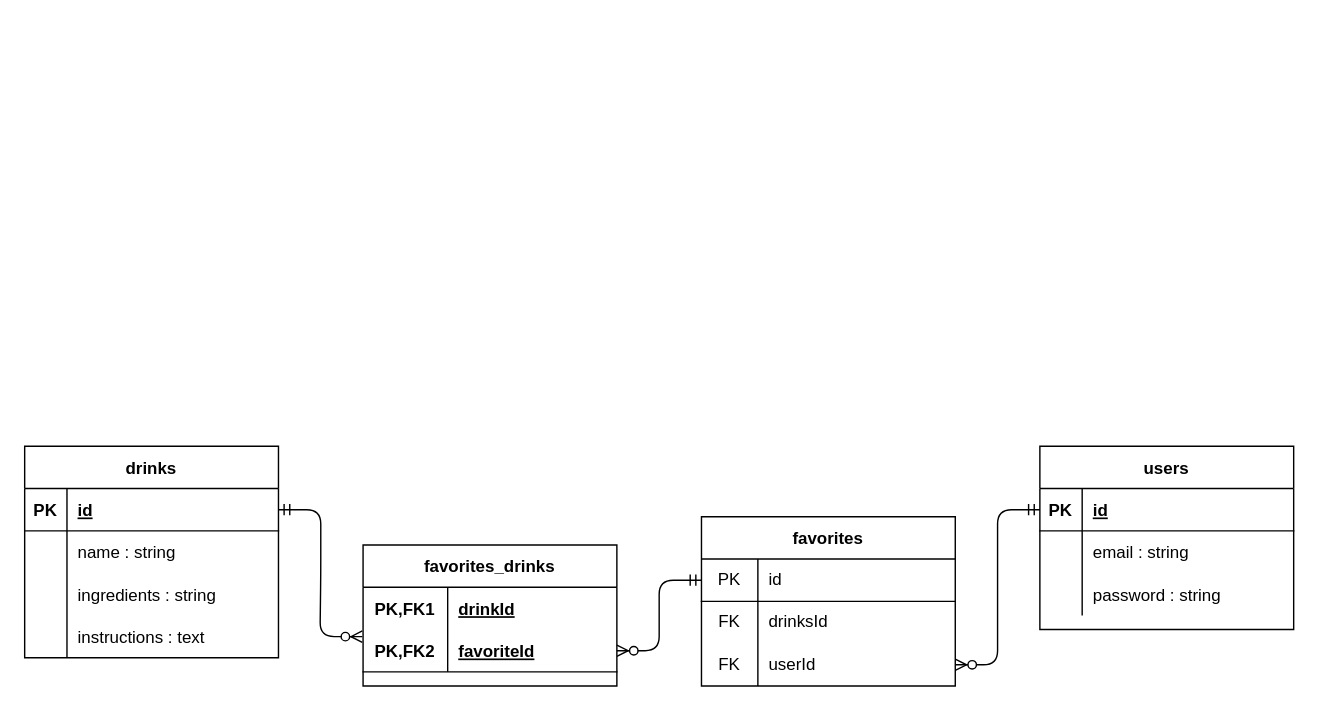
Above: proj2.drawio in aridpen/project-2 (draw.io), before the change. Source tidied: cells renumbered, new cells numbered last; positions are measured from the earlier drawing's top-left corner, leaving out a move shared by most shapes. Both pictures are drawn from the tidied source at 141%, with x=0, y=0 at pixel (24, 446).
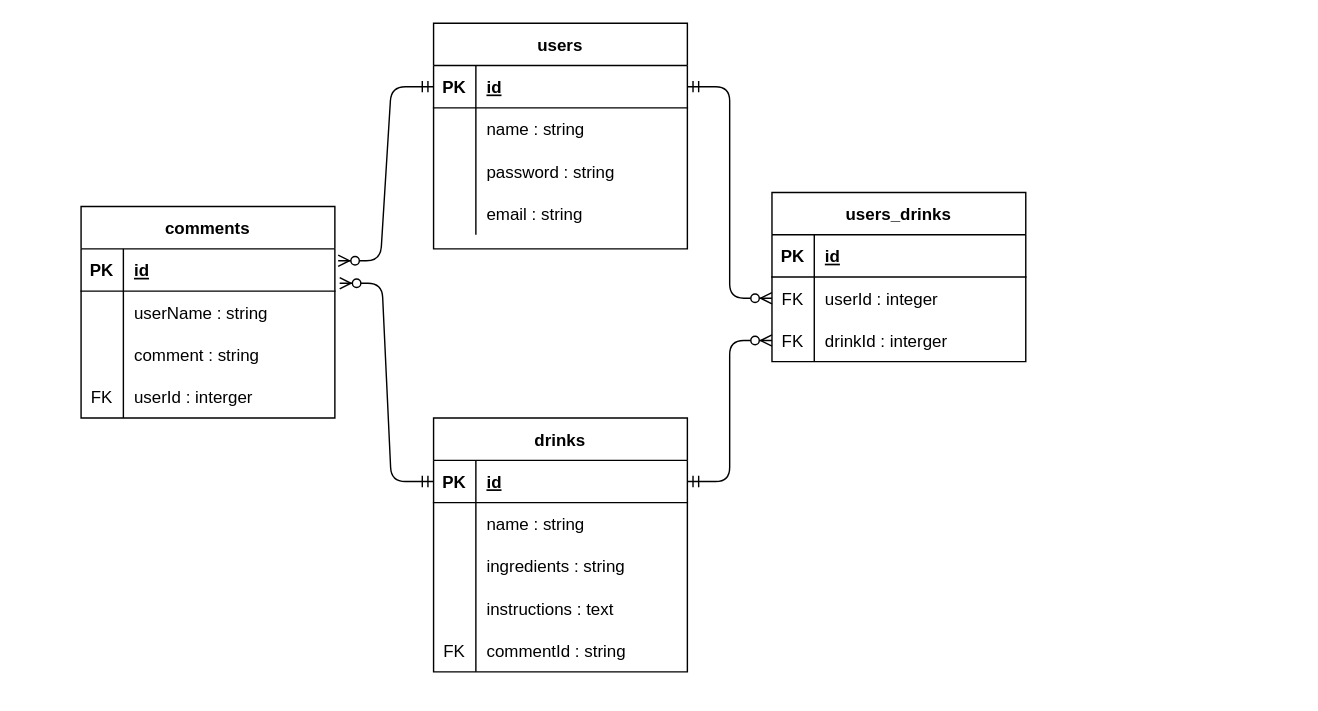
The same diagram, later.

Unchanged cells that the change refers to:
```xml
<mxCell id="13" style="shape=partialRectangle;fillColor=none;top=0;left=0;bottom=1;right=0;points=[[0,0.5],[1,0.5]];portConstraint=eastwest;" parent="12" vertex="1">
  <mxGeometry y="30" width="180" height="30" as="geometry" />
</mxCell>
<mxCell id="26" style="shape=partialRectangle;fillColor=none;top=0;left=0;bottom=1;right=0;points=[[0,0.5],[1,0.5]];portConstraint=eastwest;" parent="25" vertex="1">
  <mxGeometry y="30" width="180" height="30" as="geometry" />
</mxCell>
<mxCell id="29" style="shape=partialRectangle;fillColor=none;top=0;left=0;bottom=0;right=0;" parent="25" vertex="1">
  <mxGeometry y="60" width="180" height="30" as="geometry" />
</mxCell>
```

The edit, as a diff of the source:
```diff
@@
-    <mxCell id="2" value="favorites" style="shape=table;startSize=30;childLayout=tableLayout;rowLines=0;fontStyle=1;align=center;" parent="1" vertex="1">
-      <mxGeometry x="480" y="50" width="180" height="120" as="geometry" />
-    </mxCell>
-    <mxCell id="3" style="shape=partialRectangle;html=1;whiteSpace=wrap;fillColor=none;top=0;left=0;bottom=1;right=0;points=[[0,0.5],[1,0.5]];portConstraint=eastwest;" parent="2" vertex="1">
-      <mxGeometry y="30" width="180" height="30" as="geometry" />
-    </mxCell>
-    <mxCell id="4" value="PK" style="shape=partialRectangle;html=1;whiteSpace=wrap;fillColor=none;top=0;left=0;bottom=0;right=0;overflow=hidden;" parent="3" vertex="1">
-      <mxGeometry width="40" height="30" as="geometry" />
-    </mxCell>
-    <mxCell id="5" value="id" style="shape=partialRectangle;html=1;whiteSpace=wrap;fillColor=none;top=0;left=0;bottom=0;right=0;align=left;spacingLeft=6;overflow=hidden;" parent="3" vertex="1">
-      <mxGeometry x="40" width="140" height="30" as="geometry" />
-    </mxCell>
-    <mxCell id="6" style="shape=partialRectangle;html=1;whiteSpace=wrap;fillColor=none;top=0;left=0;bottom=0;right=0;" parent="2" vertex="1">
-      <mxGeometry y="60" width="180" height="30" as="geometry" />
-    </mxCell>
-    <mxCell id="7" value="FK" style="shape=partialRectangle;html=1;whiteSpace=wrap;fillColor=none;top=0;left=0;bottom=0;right=0;overflow=hidden;" parent="6" vertex="1">
-      <mxGeometry width="40" height="30" as="geometry" />
-    </mxCell>
-    <mxCell id="8" value="drinksId&amp;nbsp;" style="shape=partialRectangle;html=1;whiteSpace=wrap;fillColor=none;top=0;left=0;bottom=0;right=0;align=left;spacingLeft=6;overflow=hidden;" parent="6" vertex="1">
-      <mxGeometry x="40" width="140" height="30" as="geometry" />
-    </mxCell>
-    <mxCell id="9" style="shape=partialRectangle;html=1;whiteSpace=wrap;fillColor=none;top=0;left=0;bottom=0;right=0;points=[[0,0.5],[1,0.5]];portConstraint=eastwest;" parent="2" vertex="1">
-      <mxGeometry y="90" width="180" height="30" as="geometry" />
-    </mxCell>
-    <mxCell id="10" value="FK" style="shape=partialRectangle;html=1;whiteSpace=wrap;fillColor=none;top=0;left=0;bottom=0;right=0;overflow=hidden;" parent="9" vertex="1">
-      <mxGeometry width="40" height="30" as="geometry" />
-    </mxCell>
-    <mxCell id="11" value="userId&amp;nbsp;" style="shape=partialRectangle;html=1;whiteSpace=wrap;fillColor=none;top=0;left=0;bottom=0;right=0;align=left;spacingLeft=6;overflow=hidden;" parent="9" vertex="1">
-      <mxGeometry x="40" width="140" height="30" as="geometry" />
-    </mxCell>
     <mxCell id="12" value="drinks" style="shape=table;startSize=30;childLayout=tableLayout;rowLines=0;fontStyle=1;align=center;" parent="1" vertex="1">
-      <mxGeometry width="180" height="150" as="geometry" />
+      <mxGeometry x="290" y="-20" width="180" height="180" as="geometry" />
     </mxCell>
@@
+    <mxCell id="45" style="shape=partialRectangle;fillColor=none;top=0;left=0;bottom=0;right=0;" parent="12" vertex="1">
+      <mxGeometry y="150" width="180" height="30" as="geometry" />
+    </mxCell>
+    <mxCell id="46" value="FK" style="shape=partialRectangle;fillColor=none;top=0;left=0;bottom=0;right=0;overflow=hidden;" parent="45" vertex="1">
+      <mxGeometry width="30" height="30" as="geometry" />
+    </mxCell>
+    <mxCell id="47" value="commentId : string" style="shape=partialRectangle;fillColor=none;top=0;left=0;bottom=0;right=0;align=left;spacingLeft=6;overflow=hidden;" parent="45" vertex="1">
+      <mxGeometry x="30" width="150" height="30" as="geometry" />
+    </mxCell>
     <mxCell id="25" value="users" style="shape=table;startSize=30;childLayout=tableLayout;rowLines=0;fontStyle=1;align=center;" parent="1" vertex="1">
-      <mxGeometry x="720" width="180" height="130" as="geometry" />
+      <mxGeometry x="290" y="-300" width="180" height="160" as="geometry" />
     </mxCell>
@@
-    <mxCell id="31" value="email : string" style="shape=partialRectangle;fillColor=none;top=0;left=0;bottom=0;right=0;align=left;spacingLeft=6;overflow=hidden;" parent="29" vertex="1">
+    <mxCell id="31" value="name : string" style="shape=partialRectangle;fillColor=none;top=0;left=0;bottom=0;right=0;align=left;spacingLeft=6;overflow=hidden;" parent="29" vertex="1">
       <mxGeometry x="30" width="150" height="30" as="geometry" />
     </mxCell>
@@
-    <mxCell id="35" value="favorites_drinks" style="shape=table;startSize=30;childLayout=tableLayout;rowLines=0;fontStyle=1;align=center;" parent="1" vertex="1">
-      <mxGeometry x="240" y="70" width="180" height="100" as="geometry" />
-    </mxCell>
-    <mxCell id="36" style="shape=partialRectangle;fillColor=none;top=0;left=0;bottom=0;right=0;" parent="35" vertex="1">
-      <mxGeometry y="30" width="180" height="30" as="geometry" />
-    </mxCell>
-    <mxCell id="37" value="PK,FK1" style="shape=partialRectangle;fillColor=none;top=0;left=0;bottom=0;right=0;fontStyle=1;overflow=hidden;" parent="36" vertex="1">
-      <mxGeometry width="60" height="30" as="geometry" />
-    </mxCell>
-    <mxCell id="38" value="drinkId" style="shape=partialRectangle;fillColor=none;top=0;left=0;bottom=0;right=0;align=left;spacingLeft=6;fontStyle=5;overflow=hidden;" parent="36" vertex="1">
-      <mxGeometry x="60" width="120" height="30" as="geometry" />
-    </mxCell>
-    <mxCell id="39" style="shape=partialRectangle;fillColor=none;top=0;left=0;bottom=1;right=0;points=[[0,0.5],[1,0.5]];portConstraint=eastwest;" parent="35" vertex="1">
-      <mxGeometry y="60" width="180" height="30" as="geometry" />
-    </mxCell>
-    <mxCell id="40" value="PK,FK2" style="shape=partialRectangle;fillColor=none;top=0;left=0;bottom=0;right=0;fontStyle=1;overflow=hidden;" parent="39" vertex="1">
-      <mxGeometry width="60" height="30" as="geometry" />
-    </mxCell>
-    <mxCell id="41" value="favoriteId" style="shape=partialRectangle;fillColor=none;top=0;left=0;bottom=0;right=0;align=left;spacingLeft=6;fontStyle=5;overflow=hidden;" parent="39" vertex="1">
-      <mxGeometry x="60" width="120" height="30" as="geometry" />
-    </mxCell>
-    <mxCell id="42" style="edgeStyle=entityRelationEdgeStyle;fontSize=12;html=1;endArrow=ERzeroToMany;startArrow=ERmandOne;exitX=0;exitY=0.5;exitDx=0;exitDy=0;" parent="1" edge="1" source="26" target="9">
-      <mxGeometry relative="1" as="geometry" />
-    </mxCell>
-    <mxCell id="43" style="edgeStyle=entityRelationEdgeStyle;fontSize=12;html=1;endArrow=ERzeroToMany;startArrow=ERmandOne;exitX=0;exitY=0.5;exitDx=0;exitDy=0;entryX=1;entryY=0.5;entryDx=0;entryDy=0;" parent="1" edge="1" source="3" target="39">
-      <mxGeometry relative="1" as="geometry" />
-    </mxCell>
+    <mxCell id="48" style="shape=partialRectangle;fillColor=none;top=0;left=0;bottom=0;right=0;" parent="25" vertex="1">
+      <mxGeometry y="120" width="180" height="30" as="geometry" />
+    </mxCell>
+    <mxCell id="49" style="shape=partialRectangle;fillColor=none;top=0;left=0;bottom=0;right=0;overflow=hidden;" parent="48" vertex="1">
+      <mxGeometry width="30" height="30" as="geometry" />
+    </mxCell>
+    <mxCell id="50" value="email : string" style="shape=partialRectangle;fillColor=none;top=0;left=0;bottom=0;right=0;align=left;spacingLeft=6;overflow=hidden;" parent="48" vertex="1">
+      <mxGeometry x="30" width="150" height="30" as="geometry" />
+    </mxCell>
-    <mxCell id="44" style="edgeStyle=entityRelationEdgeStyle;fontSize=12;html=1;endArrow=ERzeroToMany;startArrow=ERmandOne;exitX=1;exitY=0.5;exitDx=0;exitDy=0;entryX=-0.003;entryY=0.167;entryDx=0;entryDy=0;entryPerimeter=0;" parent="1" edge="1" source="13" target="39">
+    <mxCell id="44" style="edgeStyle=entityRelationEdgeStyle;fontSize=12;html=1;endArrow=ERzeroToMany;startArrow=ERmandOne;exitX=1;exitY=0.5;exitDx=0;exitDy=0;entryX=0;entryY=0.5;entryDx=0;entryDy=0;" parent="1" edge="1" source="13" target="58">
       <mxGeometry relative="1" as="geometry" />
     </mxCell>
+    <mxCell id="51" value="users_drinks" style="shape=table;startSize=30;childLayout=tableLayout;rowLines=0;fontStyle=1;align=center;" parent="1" vertex="1">
+      <mxGeometry x="530" y="-180" width="180" height="120" as="geometry" />
+    </mxCell>
+    <mxCell id="52" style="shape=partialRectangle;fillColor=none;top=0;left=0;bottom=1;right=0;" parent="51" vertex="1">
+      <mxGeometry y="30" width="180" height="30" as="geometry" />
+    </mxCell>
+    <mxCell id="53" value="PK" style="shape=partialRectangle;fillColor=none;top=0;left=0;bottom=0;right=0;fontStyle=1;overflow=hidden;" parent="52" vertex="1">
+      <mxGeometry width="30" height="30" as="geometry" />
+    </mxCell>
+    <mxCell id="54" value="id" style="shape=partialRectangle;fillColor=none;top=0;left=0;bottom=0;right=0;align=left;spacingLeft=6;fontStyle=5;overflow=hidden;" parent="52" vertex="1">
+      <mxGeometry x="30" width="150" height="30" as="geometry" />
+    </mxCell>
+    <mxCell id="55" style="shape=partialRectangle;fillColor=none;top=0;left=0;bottom=0;right=0;points=[[0,0.5],[1,0.5]];portConstraint=eastwest;" parent="51" vertex="1">
+      <mxGeometry y="60" width="180" height="30" as="geometry" />
+    </mxCell>
+    <mxCell id="56" value="FK" style="shape=partialRectangle;fillColor=none;top=0;left=0;bottom=0;right=0;overflow=hidden;" parent="55" vertex="1">
+      <mxGeometry width="30" height="30" as="geometry" />
+    </mxCell>
+    <mxCell id="57" value="userId : integer" style="shape=partialRectangle;fillColor=none;top=0;left=0;bottom=0;right=0;align=left;spacingLeft=6;overflow=hidden;" parent="55" vertex="1">
+      <mxGeometry x="30" width="150" height="30" as="geometry" />
+    </mxCell>
+    <mxCell id="58" style="shape=partialRectangle;fillColor=none;top=0;left=0;bottom=0;right=0;points=[[0,0.5],[1,0.5]];portConstraint=eastwest;" parent="51" vertex="1">
+      <mxGeometry y="90" width="180" height="30" as="geometry" />
+    </mxCell>
+    <mxCell id="59" value="FK" style="shape=partialRectangle;fillColor=none;top=0;left=0;bottom=0;right=0;overflow=hidden;" parent="58" vertex="1">
+      <mxGeometry width="30" height="30" as="geometry" />
+    </mxCell>
+    <mxCell id="60" value="drinkId : interger" style="shape=partialRectangle;fillColor=none;top=0;left=0;bottom=0;right=0;align=left;spacingLeft=6;overflow=hidden;" parent="58" vertex="1">
+      <mxGeometry x="30" width="150" height="30" as="geometry" />
+    </mxCell>
+    <mxCell id="61" style="edgeStyle=entityRelationEdgeStyle;fontSize=12;html=1;endArrow=ERzeroToMany;startArrow=ERmandOne;exitX=1;exitY=0.5;exitDx=0;exitDy=0;entryX=0;entryY=0.5;entryDx=0;entryDy=0;" parent="1" edge="1" source="26" target="55">
+      <mxGeometry relative="1" as="geometry" />
+    </mxCell>
+    <mxCell id="62" value="comments" style="shape=table;startSize=30;childLayout=tableLayout;rowLines=0;fontStyle=1;align=center;" parent="1" vertex="1">
+      <mxGeometry x="40" y="-170" width="180" height="150" as="geometry" />
+    </mxCell>
+    <mxCell id="63" style="shape=partialRectangle;fillColor=none;top=0;left=0;bottom=1;right=0;points=[[0,0.5],[1,0.5]];portConstraint=eastwest;" parent="62" vertex="1">
+      <mxGeometry y="30" width="180" height="30" as="geometry" />
+    </mxCell>
+    <mxCell id="64" value="PK" style="shape=partialRectangle;fillColor=none;top=0;left=0;bottom=0;right=0;fontStyle=1;overflow=hidden;" parent="63" vertex="1">
+      <mxGeometry width="30" height="30" as="geometry" />
+    </mxCell>
+    <mxCell id="65" value="id" style="shape=partialRectangle;fillColor=none;top=0;left=0;bottom=0;right=0;align=left;spacingLeft=6;fontStyle=5;overflow=hidden;" parent="63" vertex="1">
+      <mxGeometry x="30" width="150" height="30" as="geometry" />
+    </mxCell>
+    <mxCell id="66" style="shape=partialRectangle;fillColor=none;top=0;left=0;bottom=0;right=0;" parent="62" vertex="1">
+      <mxGeometry y="60" width="180" height="30" as="geometry" />
+    </mxCell>
+    <mxCell id="67" style="shape=partialRectangle;fillColor=none;top=0;left=0;bottom=0;right=0;overflow=hidden;" parent="66" vertex="1">
+      <mxGeometry width="30" height="30" as="geometry" />
+    </mxCell>
+    <mxCell id="68" value="userName : string" style="shape=partialRectangle;fillColor=none;top=0;left=0;bottom=0;right=0;align=left;spacingLeft=6;overflow=hidden;" parent="66" vertex="1">
+      <mxGeometry x="30" width="150" height="30" as="geometry" />
+    </mxCell>
+    <mxCell id="69" style="shape=partialRectangle;fillColor=none;top=0;left=0;bottom=0;right=0;" parent="62" vertex="1">
+      <mxGeometry y="90" width="180" height="30" as="geometry" />
+    </mxCell>
+    <mxCell id="70" style="shape=partialRectangle;fillColor=none;top=0;left=0;bottom=0;right=0;overflow=hidden;" parent="69" vertex="1">
+      <mxGeometry width="30" height="30" as="geometry" />
+    </mxCell>
+    <mxCell id="71" value="comment : string" style="shape=partialRectangle;fillColor=none;top=0;left=0;bottom=0;right=0;align=left;spacingLeft=6;overflow=hidden;" parent="69" vertex="1">
+      <mxGeometry x="30" width="150" height="30" as="geometry" />
+    </mxCell>
+    <mxCell id="72" style="shape=partialRectangle;fillColor=none;top=0;left=0;bottom=0;right=0;" parent="62" vertex="1">
+      <mxGeometry y="120" width="180" height="30" as="geometry" />
+    </mxCell>
+    <mxCell id="73" value="FK" style="shape=partialRectangle;fillColor=none;top=0;left=0;bottom=0;right=0;overflow=hidden;" parent="72" vertex="1">
+      <mxGeometry width="30" height="30" as="geometry" />
+    </mxCell>
+    <mxCell id="74" value="userId : interger" style="shape=partialRectangle;fillColor=none;top=0;left=0;bottom=0;right=0;align=left;spacingLeft=6;overflow=hidden;" parent="72" vertex="1">
+      <mxGeometry x="30" width="150" height="30" as="geometry" />
+    </mxCell>
+    <mxCell id="75" style="edgeStyle=entityRelationEdgeStyle;fontSize=12;html=1;endArrow=ERzeroToMany;startArrow=ERmandOne;exitX=0;exitY=0.5;exitDx=0;exitDy=0;entryX=1.019;entryY=0.813;entryDx=0;entryDy=0;entryPerimeter=0;" parent="1" edge="1" source="13" target="63">
+      <mxGeometry relative="1" as="geometry" />
+    </mxCell>
+    <mxCell id="76" style="edgeStyle=entityRelationEdgeStyle;fontSize=12;html=1;endArrow=ERzeroToMany;startArrow=ERmandOne;exitX=0;exitY=0.5;exitDx=0;exitDy=0;entryX=1.013;entryY=0.28;entryDx=0;entryDy=0;entryPerimeter=0;" parent="1" edge="1" source="26" target="63">
+      <mxGeometry relative="1" as="geometry" />
+    </mxCell>
```
